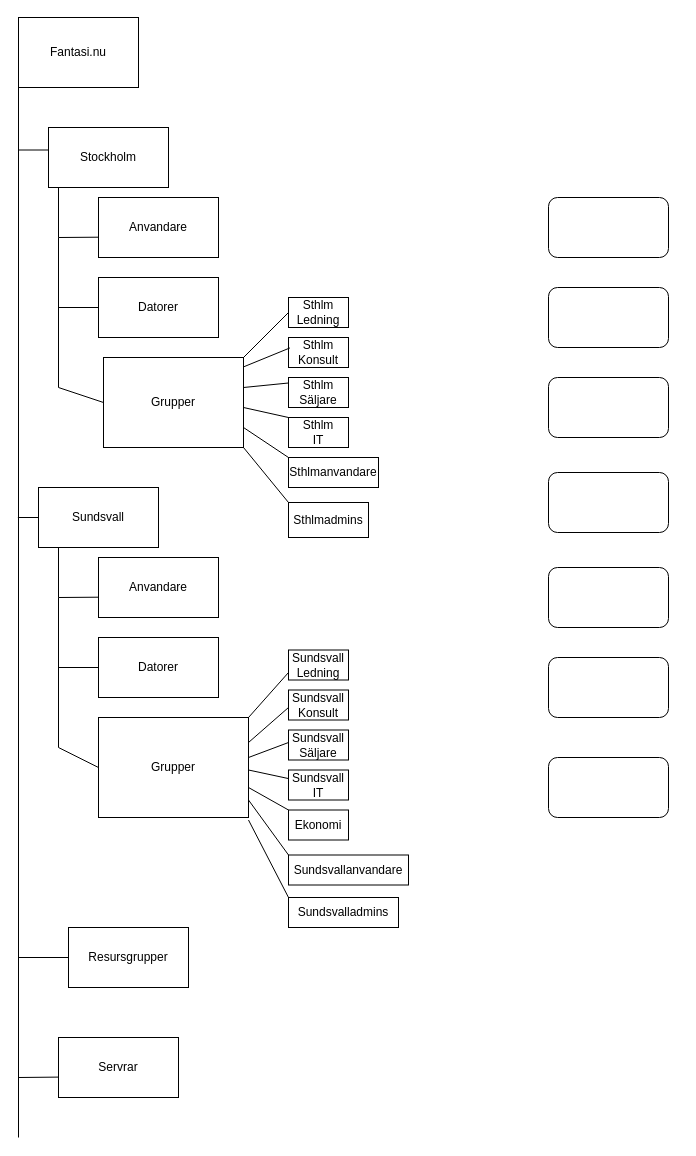
The draw.io diagram WS/scenariolab.drawio in artifactNU/schoolstuff, before the edit. Source tidied: cells renumbered, new cells numbered last; positions are measured from the earlier drawing's top-left corner, leaving out a move shared by most shapes. Both pictures are drawn from the tidied source at 100%, with x=0, y=0 at pixel (17, 17).
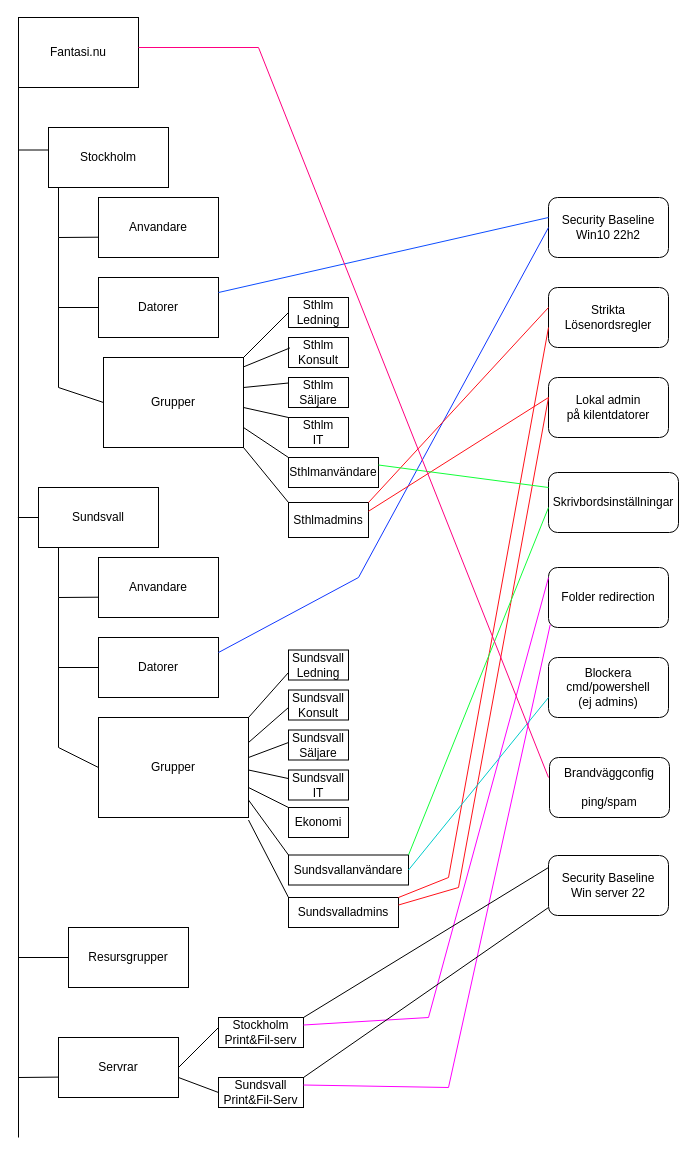
Above is the later version.

Unchanged cells that the change refers to:
```xml
<mxCell id="5" value="Datorer" style="rounded=0;whiteSpace=wrap;html=1;" parent="1" vertex="1">
  <mxGeometry x="81" y="260" width="120" height="60" as="geometry" />
</mxCell>
<mxCell id="15" value="Datorer" style="rounded=0;whiteSpace=wrap;html=1;" parent="1" vertex="1">
  <mxGeometry x="81" y="620" width="120" height="60" as="geometry" />
</mxCell>
<mxCell id="23" value="Servrar" style="rounded=0;whiteSpace=wrap;html=1;" parent="1" vertex="1">
  <mxGeometry x="41" y="1020" width="120" height="60" as="geometry" />
</mxCell>
<mxCell id="34" value="Sthlmadmins" style="rounded=0;whiteSpace=wrap;html=1;" parent="1" vertex="1">
  <mxGeometry x="271" y="485" width="80" height="35" as="geometry" />
</mxCell>
<mxCell id="42" value="&lt;div&gt;Sundsvalladmins&lt;/div&gt;" style="rounded=0;whiteSpace=wrap;html=1;" parent="1" vertex="1">
  <mxGeometry x="271" y="880" width="110" height="30" as="geometry" />
</mxCell>
```

Diff of the diagram source:
```diff
@@
-    <mxCell id="33" value="&lt;div&gt;Sthlmanvandare&lt;/div&gt;" style="rounded=0;whiteSpace=wrap;html=1;" parent="1" vertex="1">
+    <mxCell id="33" value="&lt;div&gt;Sthlmanvändare&lt;/div&gt;" style="rounded=0;whiteSpace=wrap;html=1;" parent="1" vertex="1">
       <mxGeometry x="271" y="440" width="90" height="30" as="geometry" />
     </mxCell>
@@
     <mxCell id="39" value="Ekonomi" style="rounded=0;whiteSpace=wrap;html=1;" parent="1" vertex="1">
-      <mxGeometry x="271" y="792.5" width="60" height="30" as="geometry" />
+      <mxGeometry x="271" y="790" width="60" height="30" as="geometry" />
     </mxCell>
-    <mxCell id="40" value="&lt;div&gt;Sundsvallanvandare&lt;/div&gt;" style="rounded=0;whiteSpace=wrap;html=1;" parent="1" vertex="1">
+    <mxCell id="40" value="&lt;div&gt;Sundsvallanvändare&lt;/div&gt;" style="rounded=0;whiteSpace=wrap;html=1;" parent="1" vertex="1">
       <mxGeometry x="271" y="837.5" width="120" height="30" as="geometry" />
     </mxCell>
@@
-    <mxCell id="56" style="rounded=1;whiteSpace=wrap;html=1;" parent="1" vertex="1">
+    <mxCell id="56" value="&lt;div&gt;Security Baseline&lt;/div&gt;&lt;div&gt;Win10 22h2&lt;br&gt;&lt;/div&gt;" style="rounded=1;whiteSpace=wrap;html=1;" parent="1" vertex="1">
       <mxGeometry x="531" y="180" width="120" height="60" as="geometry" />
     </mxCell>
-    <mxCell id="57" style="rounded=1;whiteSpace=wrap;html=1;" parent="1" vertex="1">
+    <mxCell id="57" value="&lt;div&gt;Strikta&lt;/div&gt;&lt;div&gt;Lösenordsregler&lt;/div&gt;" style="rounded=1;whiteSpace=wrap;html=1;" parent="1" vertex="1">
       <mxGeometry x="531" y="270" width="120" height="60" as="geometry" />
     </mxCell>
-    <mxCell id="58" style="rounded=1;whiteSpace=wrap;html=1;" parent="1" vertex="1">
+    <mxCell id="58" value="&lt;div&gt;Lokal admin&lt;/div&gt;&lt;div&gt;på kilentdatorer&lt;/div&gt;" style="rounded=1;whiteSpace=wrap;html=1;" parent="1" vertex="1">
       <mxGeometry x="531" y="360" width="120" height="60" as="geometry" />
     </mxCell>
-    <mxCell id="59" style="rounded=1;whiteSpace=wrap;html=1;" parent="1" vertex="1">
-      <mxGeometry x="531" y="455" width="120" height="60" as="geometry" />
+    <mxCell id="59" value="&lt;div&gt;Skrivbordsinställningar&lt;/div&gt;" style="rounded=1;whiteSpace=wrap;html=1;" parent="1" vertex="1">
+      <mxGeometry x="531" y="455" width="130" height="60" as="geometry" />
     </mxCell>
-    <mxCell id="60" style="rounded=1;whiteSpace=wrap;html=1;" parent="1" vertex="1">
+    <mxCell id="60" value="Folder redirection" style="rounded=1;whiteSpace=wrap;html=1;" parent="1" vertex="1">
       <mxGeometry x="531" y="550" width="120" height="60" as="geometry" />
     </mxCell>
-    <mxCell id="61" style="rounded=1;whiteSpace=wrap;html=1;" parent="1" vertex="1">
+    <mxCell id="61" value="&lt;div&gt;Blockera&lt;/div&gt;&lt;div&gt;cmd/powershell&lt;/div&gt;&lt;div&gt;(ej admins)&lt;br&gt;&lt;/div&gt;" style="rounded=1;whiteSpace=wrap;html=1;" parent="1" vertex="1">
       <mxGeometry x="531" y="640" width="120" height="60" as="geometry" />
     </mxCell>
-    <mxCell id="62" style="rounded=1;whiteSpace=wrap;html=1;" parent="1" vertex="1">
-      <mxGeometry x="531" y="740" width="120" height="60" as="geometry" />
+    <mxCell id="62" value="&lt;div&gt;Brandväggconfig&lt;/div&gt;&lt;div&gt;&lt;br&gt;&lt;/div&gt;&lt;div&gt;ping/spam&lt;/div&gt;" style="rounded=1;whiteSpace=wrap;html=1;" parent="1" vertex="1">
+      <mxGeometry x="532" y="740" width="120" height="60" as="geometry" />
     </mxCell>
+    <mxCell id="63" value="&lt;div&gt;Stockholm&lt;/div&gt;&lt;div&gt;Print&amp;amp;Fil-serv&lt;br&gt;&lt;/div&gt;" style="rounded=0;whiteSpace=wrap;html=1;" parent="1" vertex="1">
+      <mxGeometry x="201" y="1000" width="85" height="30" as="geometry" />
+    </mxCell>
+    <mxCell id="64" value="&lt;div&gt;Sundsvall&lt;/div&gt;&lt;div&gt;Print&amp;amp;Fil-Serv&lt;br&gt;&lt;/div&gt;" style="rounded=0;whiteSpace=wrap;html=1;" parent="1" vertex="1">
+      <mxGeometry x="201" y="1060" width="85" height="30" as="geometry" />
+    </mxCell>
+    <mxCell id="65" style="endArrow=none;html=1;rounded=0;exitX=1;exitY=0.5;exitDx=0;exitDy=0;exitPerimeter=0;" parent="1" edge="1" source="23">
+      <mxGeometry relative="1" as="geometry">
+        <mxPoint x="201" y="1010" as="targetPoint" />
+      </mxGeometry>
+    </mxCell>
+    <mxCell id="66" style="endArrow=none;html=1;rounded=0;entryX=0;entryY=0.5;entryDx=0;entryDy=0;" parent="1" edge="1" target="64">
+      <mxGeometry relative="1" as="geometry">
+        <mxPoint x="161" y="1060" as="sourcePoint" />
+      </mxGeometry>
+    </mxCell>
+    <mxCell id="67" style="endArrow=none;html=1;rounded=0;exitX=1;exitY=0.25;exitDx=0;exitDy=0;strokeColor=#0D4DFF;" parent="1" edge="1" source="5">
+      <mxGeometry relative="1" as="geometry">
+        <mxPoint x="531" y="200" as="targetPoint" />
+      </mxGeometry>
+    </mxCell>
+    <mxCell id="68" style="endArrow=none;html=1;rounded=0;strokeColor=#0F37FF;" parent="1" edge="1">
+      <mxGeometry relative="1" as="geometry">
+        <mxPoint x="341" y="560" as="sourcePoint" />
+        <mxPoint x="531" y="210" as="targetPoint" />
+      </mxGeometry>
+    </mxCell>
+    <mxCell id="69" style="endArrow=none;html=1;rounded=0;exitX=1;exitY=0.25;exitDx=0;exitDy=0;strokeColor=#1239FF;" parent="1" edge="1" source="15">
+      <mxGeometry relative="1" as="geometry">
+        <mxPoint x="341" y="560" as="targetPoint" />
+      </mxGeometry>
+    </mxCell>
+    <mxCell id="70" style="endArrow=none;html=1;rounded=0;exitX=1;exitY=0;exitDx=0;exitDy=0;strokeColor=#FF121A;" parent="1" edge="1" source="34">
+      <mxGeometry relative="1" as="geometry">
+        <mxPoint x="531" y="290" as="targetPoint" />
+      </mxGeometry>
+    </mxCell>
+    <mxCell id="71" style="endArrow=none;html=1;rounded=0;strokeColor=#FF121A;" parent="1" edge="1">
+      <mxGeometry relative="1" as="geometry">
+        <mxPoint x="431" y="860" as="sourcePoint" />
+        <mxPoint x="531" y="310" as="targetPoint" />
+      </mxGeometry>
+    </mxCell>
+    <mxCell id="72" style="endArrow=none;html=1;rounded=0;entryX=1;entryY=0;entryDx=0;entryDy=0;strokeColor=#FF121A;" parent="1" edge="1" target="42">
+      <mxGeometry relative="1" as="geometry">
+        <mxPoint x="431" y="860" as="sourcePoint" />
+      </mxGeometry>
+    </mxCell>
+    <mxCell id="73" style="endArrow=none;html=1;rounded=0;strokeColor=#FF121A;" parent="1" edge="1">
+      <mxGeometry relative="1" as="geometry">
+        <mxPoint x="441" y="870" as="sourcePoint" />
+        <mxPoint x="531" y="380" as="targetPoint" />
+      </mxGeometry>
+    </mxCell>
+    <mxCell id="74" style="endArrow=none;html=1;rounded=0;exitX=1;exitY=0.25;exitDx=0;exitDy=0;strokeColor=#FF121A;" parent="1" edge="1" source="42">
+      <mxGeometry relative="1" as="geometry">
+        <mxPoint x="441" y="870" as="targetPoint" />
+      </mxGeometry>
+    </mxCell>
+    <mxCell id="75" style="endArrow=none;html=1;rounded=0;exitX=1;exitY=0.25;exitDx=0;exitDy=0;strokeColor=#FF121A;" parent="1" edge="1" source="34">
+      <mxGeometry relative="1" as="geometry">
+        <mxPoint x="531" y="380" as="targetPoint" />
+      </mxGeometry>
+    </mxCell>
+    <mxCell id="76" style="endArrow=none;html=1;rounded=0;exitX=1;exitY=0.25;exitDx=0;exitDy=0;strokeColor=#12FF39;" parent="1" edge="1" source="33">
+      <mxGeometry relative="1" as="geometry">
+        <mxPoint x="531" y="470" as="targetPoint" />
+      </mxGeometry>
+    </mxCell>
+    <mxCell id="77" style="endArrow=none;html=1;rounded=0;exitX=1;exitY=0;exitDx=0;exitDy=0;strokeColor=#12FF39;" parent="1" edge="1" source="40">
+      <mxGeometry relative="1" as="geometry">
+        <mxPoint x="531" y="490" as="targetPoint" />
+      </mxGeometry>
+    </mxCell>
+    <mxCell id="78" style="endArrow=none;html=1;rounded=0;strokeColor=#FF00FF;" parent="1" edge="1">
+      <mxGeometry relative="1" as="geometry">
+        <mxPoint x="411" y="1000" as="sourcePoint" />
+        <mxPoint x="531" y="560" as="targetPoint" />
+      </mxGeometry>
+    </mxCell>
+    <mxCell id="79" style="endArrow=none;html=1;rounded=0;exitX=1;exitY=0.25;exitDx=0;exitDy=0;strokeColor=#FF00FF;" parent="1" edge="1" source="63">
+      <mxGeometry relative="1" as="geometry">
+        <mxPoint x="411" y="1000" as="targetPoint" />
+      </mxGeometry>
+    </mxCell>
+    <mxCell id="80" style="endArrow=none;html=1;rounded=0;strokeColor=#FF00FF;entryX=0.014;entryY=0.956;entryDx=0;entryDy=0;entryPerimeter=0;" parent="1" edge="1" target="60">
+      <mxGeometry relative="1" as="geometry">
+        <mxPoint x="431" y="1070" as="sourcePoint" />
+      </mxGeometry>
+    </mxCell>
+    <mxCell id="81" style="endArrow=none;html=1;rounded=0;exitX=1;exitY=0.25;exitDx=0;exitDy=0;strokeColor=#FF00FF;" parent="1" edge="1" source="64">
+      <mxGeometry relative="1" as="geometry">
+        <mxPoint x="431" y="1070" as="targetPoint" />
+      </mxGeometry>
+    </mxCell>
+    <mxCell id="82" style="endArrow=none;html=1;rounded=0;exitX=1;exitY=0.5;exitDx=0;exitDy=0;strokeColor=#00CCCC;" parent="1" edge="1" source="40">
+      <mxGeometry relative="1" as="geometry">
+        <mxPoint x="531" y="680" as="targetPoint" />
+      </mxGeometry>
+    </mxCell>
+    <mxCell id="83" style="endArrow=none;html=1;rounded=0;strokeColor=#FF0080;" parent="1" edge="1">
+      <mxGeometry relative="1" as="geometry">
+        <mxPoint x="241" y="30" as="sourcePoint" />
+        <mxPoint x="531" y="760" as="targetPoint" />
+      </mxGeometry>
+    </mxCell>
+    <mxCell id="84" style="endArrow=none;html=1;rounded=0;strokeColor=#FF0080;" parent="1" edge="1">
+      <mxGeometry relative="1" as="geometry">
+        <mxPoint x="121" y="30" as="sourcePoint" />
+        <mxPoint x="241" y="30" as="targetPoint" />
+      </mxGeometry>
+    </mxCell>
+    <mxCell id="85" value="&lt;div&gt;Security Baseline&lt;/div&gt;&lt;div&gt;Win server 22&lt;br&gt;&lt;/div&gt;" style="rounded=1;whiteSpace=wrap;html=1;" parent="1" vertex="1">
+      <mxGeometry x="531" y="838" width="120" height="60" as="geometry" />
+    </mxCell>
+    <mxCell id="86" style="endArrow=none;html=1;rounded=0;exitX=1;exitY=0;exitDx=0;exitDy=0;" parent="1" edge="1" source="63">
+      <mxGeometry relative="1" as="geometry">
+        <mxPoint x="531" y="850" as="targetPoint" />
+      </mxGeometry>
+    </mxCell>
+    <mxCell id="87" style="endArrow=none;html=1;rounded=0;exitX=1;exitY=0;exitDx=0;exitDy=0;" parent="1" edge="1" source="64">
+      <mxGeometry relative="1" as="geometry">
+        <mxPoint x="531" y="890" as="targetPoint" />
+      </mxGeometry>
+    </mxCell>
```
